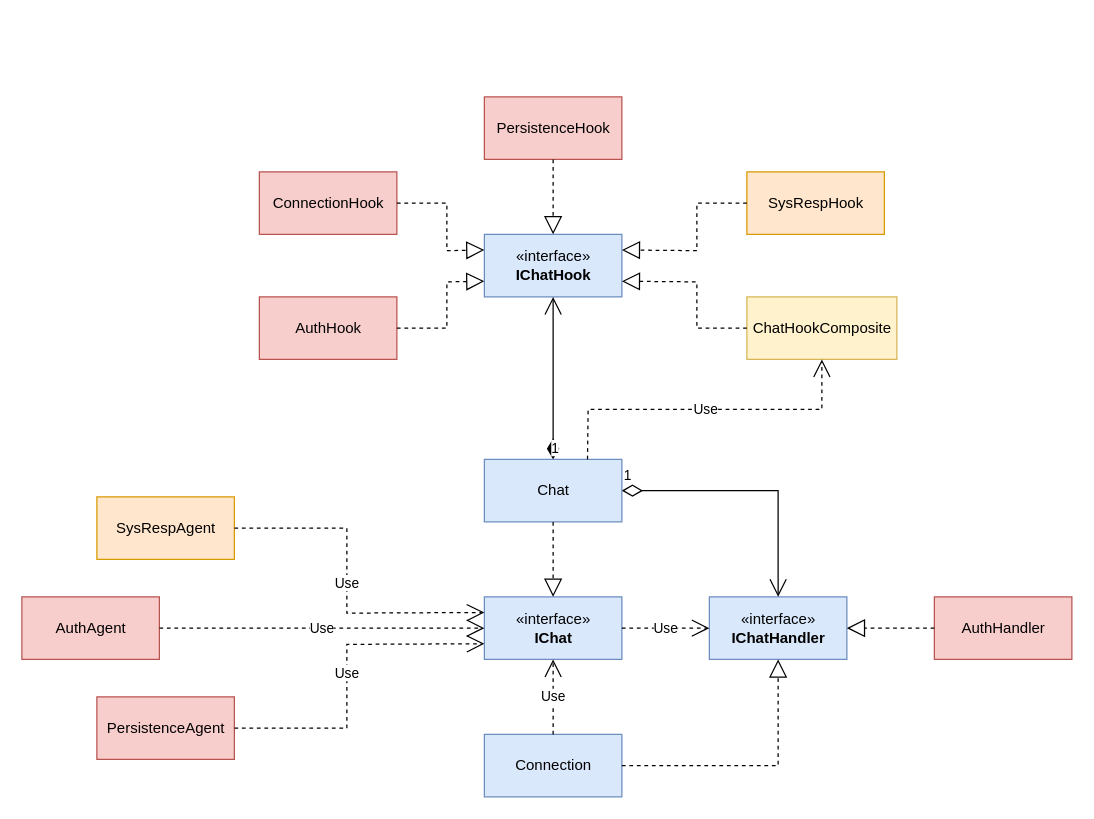
This is doc/class-diagram.drawio from DvEyZ/lanchat2-server, a draw.io file, before an edit. Source tidied: cells renumbered, new cells numbered last; positions are measured from the earlier drawing's top-left corner, leaving out a move shared by most shapes. Both pictures are drawn from the tidied source at 125%, with x=0, y=0 at pixel (21, 96).
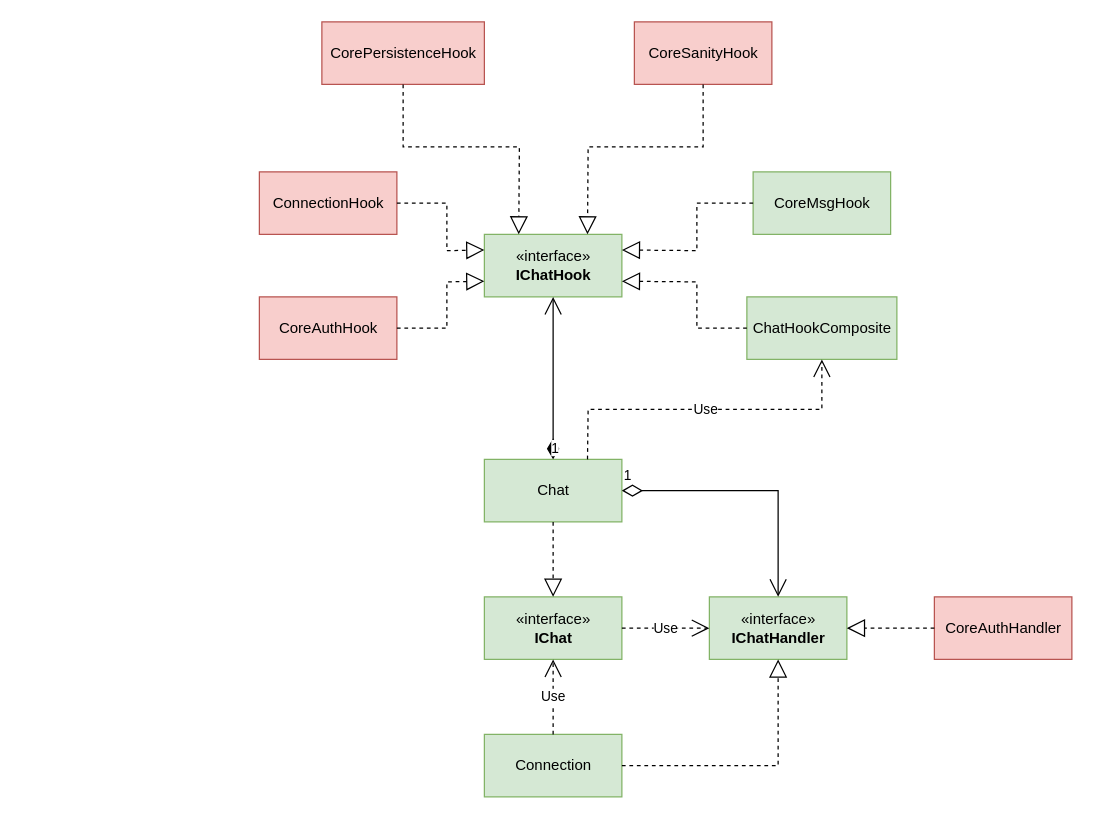
After the change.

What changed in the source:
```diff
@@
-    <mxCell id="2" value="«interface»&lt;br&gt;&lt;b&gt;IChat&lt;/b&gt;" style="html=1;fillColor=#dae8fc;strokeColor=#6c8ebf;" parent="1" vertex="1">
+    <mxCell id="2" value="«interface»&lt;br&gt;&lt;b&gt;IChat&lt;/b&gt;" style="html=1;fillColor=#d5e8d4;strokeColor=#82b366;" parent="1" vertex="1">
       <mxGeometry x="370" y="400" width="110" height="50" as="geometry" />
     </mxCell>
-    <mxCell id="3" value="Connection" style="html=1;fillColor=#dae8fc;strokeColor=#6c8ebf;" parent="1" vertex="1">
+    <mxCell id="3" value="Connection" style="html=1;fillColor=#d5e8d4;strokeColor=#82b366;" parent="1" vertex="1">
       <mxGeometry x="370" y="510" width="110" height="50" as="geometry" />
     </mxCell>
-    <mxCell id="4" value="Chat" style="html=1;fillColor=#dae8fc;strokeColor=#6c8ebf;" parent="1" vertex="1">
+    <mxCell id="4" value="Chat" style="html=1;fillColor=#d5e8d4;strokeColor=#82b366;" parent="1" vertex="1">
       <mxGeometry x="370" y="290" width="110" height="50" as="geometry" />
     </mxCell>
@@
-    <mxCell id="7" value="«interface»&lt;br&gt;&lt;b&gt;IChatHandler&lt;/b&gt;" style="html=1;fillColor=#dae8fc;strokeColor=#6c8ebf;" parent="1" vertex="1">
+    <mxCell id="7" value="«interface»&lt;br&gt;&lt;b&gt;IChatHandler&lt;/b&gt;" style="html=1;fillColor=#d5e8d4;strokeColor=#82b366;" parent="1" vertex="1">
       <mxGeometry x="550" y="400" width="110" height="50" as="geometry" />
     </mxCell>
@@
-    <mxCell id="11" value="«interface»&lt;br&gt;&lt;b&gt;IChatHook&lt;/b&gt;" style="html=1;fillColor=#dae8fc;strokeColor=#6c8ebf;" parent="1" vertex="1">
+    <mxCell id="11" value="«interface»&lt;br&gt;&lt;b&gt;IChatHook&lt;/b&gt;" style="html=1;fillColor=#d5e8d4;strokeColor=#82b366;" parent="1" vertex="1">
       <mxGeometry x="370" y="110" width="110" height="50" as="geometry" />
     </mxCell>
@@
-    <mxCell id="13" value="PersistenceHook" style="html=1;fillColor=#f8cecc;strokeColor=#b85450;" parent="1" vertex="1">
-      <mxGeometry x="370" width="110" height="50" as="geometry" />
+    <mxCell id="13" value="CorePersistenceHook" style="html=1;fillColor=#f8cecc;strokeColor=#b85450;" parent="1" vertex="1">
+      <mxGeometry x="240" y="-60" width="130" height="50" as="geometry" />
     </mxCell>
-    <mxCell id="14" style="endArrow=block;dashed=1;endFill=0;endSize=12;html=1;rounded=0;exitX=0.5;exitY=1;exitDx=0;exitDy=0;entryX=0.5;entryY=0;entryDx=0;entryDy=0;" parent="1" edge="1" source="13" target="11">
-      <mxGeometry relative="1" as="geometry" />
+    <mxCell id="14" style="endArrow=block;dashed=1;endFill=0;endSize=12;html=1;rounded=0;exitX=0.5;exitY=1;exitDx=0;exitDy=0;entryX=0.25;entryY=0;entryDx=0;entryDy=0;" parent="1" edge="1" source="13" target="11">
+      <mxGeometry relative="1" as="geometry">
+        <Array as="points">
+          <mxPoint x="305" y="40" />
+          <mxPoint x="398" y="40" />
+        </Array>
+      </mxGeometry>
     </mxCell>
@@
-    <mxCell id="17" value="AuthHandler" style="html=1;fillColor=#f8cecc;strokeColor=#b85450;" parent="1" vertex="1">
+    <mxCell id="17" value="CoreAuthHandler" style="html=1;fillColor=#f8cecc;strokeColor=#b85450;" parent="1" vertex="1">
       <mxGeometry x="730" y="400" width="110" height="50" as="geometry" />
     </mxCell>
@@
-    <mxCell id="19" value="SysRespHook" style="html=1;fillColor=#ffe6cc;strokeColor=#d79b00;" parent="1" vertex="1">
-      <mxGeometry x="580" y="60" width="110" height="50" as="geometry" />
+    <mxCell id="19" value="CoreMsgHook" style="html=1;fillColor=#d5e8d4;strokeColor=#82b366;" parent="1" vertex="1">
+      <mxGeometry x="585" y="60" width="110" height="50" as="geometry" />
     </mxCell>
@@
-    <mxCell id="21" value="SysRespAgent" style="html=1;fillColor=#ffe6cc;strokeColor=#d79b00;" parent="1" vertex="1">
-      <mxGeometry x="60" y="320" width="110" height="50" as="geometry" />
-    </mxCell>
-    <mxCell id="22" value="Use" style="endArrow=open;endSize=12;dashed=1;html=1;rounded=0;exitX=1;exitY=0.5;exitDx=0;exitDy=0;entryX=0;entryY=0.25;entryDx=0;entryDy=0;" parent="1" edge="1" source="21" target="2">
-      <mxGeometry relative="1" as="geometry">
-        <Array as="points">
-          <mxPoint x="260" y="345" />
-          <mxPoint x="260" y="413" />
-        </Array>
-      </mxGeometry>
-    </mxCell>
-    <mxCell id="23" value="PersistenceAgent" style="html=1;fillColor=#f8cecc;strokeColor=#b85450;" parent="1" vertex="1">
-      <mxGeometry x="60" y="480" width="110" height="50" as="geometry" />
-    </mxCell>
-    <mxCell id="24" value="Use" style="endArrow=open;endSize=12;dashed=1;html=1;rounded=0;exitX=1;exitY=0.5;exitDx=0;exitDy=0;entryX=0;entryY=0.75;entryDx=0;entryDy=0;" parent="1" edge="1" source="23" target="2">
-      <mxGeometry relative="1" as="geometry">
-        <Array as="points">
-          <mxPoint x="260" y="505" />
-          <mxPoint x="260" y="438" />
-        </Array>
-      </mxGeometry>
-    </mxCell>
-    <mxCell id="25" value="AuthAgent" style="html=1;fillColor=#f8cecc;strokeColor=#b85450;" parent="1" vertex="1">
-      <mxGeometry y="400" width="110" height="50" as="geometry" />
-    </mxCell>
-    <mxCell id="26" value="Use" style="endArrow=open;endSize=12;dashed=1;html=1;rounded=0;exitX=1;exitY=0.5;exitDx=0;exitDy=0;entryX=0;entryY=0.5;entryDx=0;entryDy=0;" parent="1" edge="1" source="25" target="2">
-      <mxGeometry relative="1" as="geometry" />
-    </mxCell>
-    <mxCell id="27" value="AuthHook" style="html=1;fillColor=#f8cecc;strokeColor=#b85450;" parent="1" vertex="1">
+    <mxCell id="27" value="CoreAuthHook" style="html=1;fillColor=#f8cecc;strokeColor=#b85450;" parent="1" vertex="1">
       <mxGeometry x="190" y="160" width="110" height="50" as="geometry" />
     </mxCell>
@@
-    <mxCell id="29" value="ChatHookComposite" style="html=1;fillColor=#fff2cc;strokeColor=#d6b656;" parent="1" vertex="1">
+    <mxCell id="29" value="ChatHookComposite" style="html=1;fillColor=#d5e8d4;strokeColor=#82b366;" parent="1" vertex="1">
       <mxGeometry x="580" y="160" width="120" height="50" as="geometry" />
     </mxCell>
@@
+    <mxCell id="32" value="CoreSanityHook" style="html=1;fillColor=#f8cecc;strokeColor=#b85450;" parent="1" vertex="1">
+      <mxGeometry x="490" y="-60" width="110" height="50" as="geometry" />
+    </mxCell>
+    <mxCell id="33" style="endArrow=block;dashed=1;endFill=0;endSize=12;html=1;rounded=0;exitX=0.5;exitY=1;exitDx=0;exitDy=0;entryX=0.75;entryY=0;entryDx=0;entryDy=0;" parent="1" edge="1" source="32" target="11">
+      <mxGeometry relative="1" as="geometry">
+        <Array as="points">
+          <mxPoint x="545" y="40" />
+          <mxPoint x="453" y="40" />
+        </Array>
+      </mxGeometry>
+    </mxCell>
```
